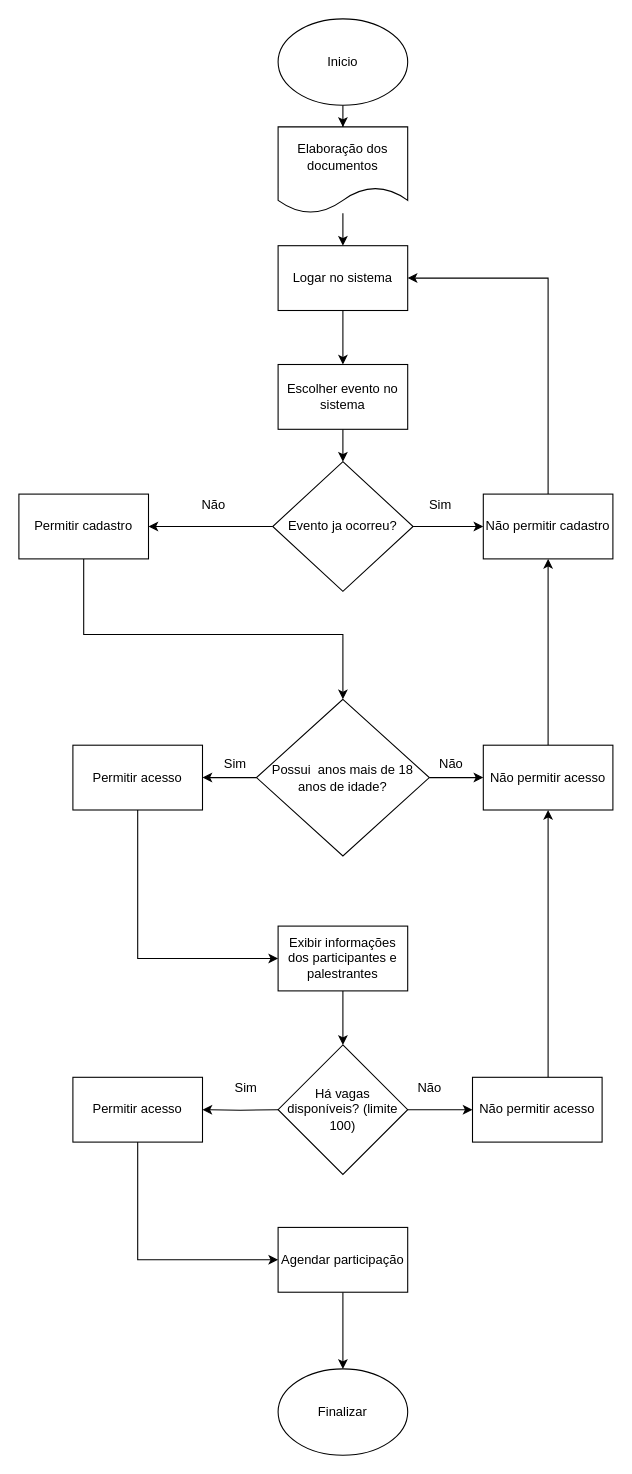
Jullys-Alisson/Senai-Vers-es-colabora-es keeps this draw.io diagram as Untitled Diagram.drawio. Above is the earlier version. Source tidied: cells renumbered, new cells numbered last; positions are measured from the earlier drawing's top-left corner, leaving out a move shared by most shapes. Both pictures are drawn from the tidied source at 108%, with x=0, y=0 at pixel (18, 18).
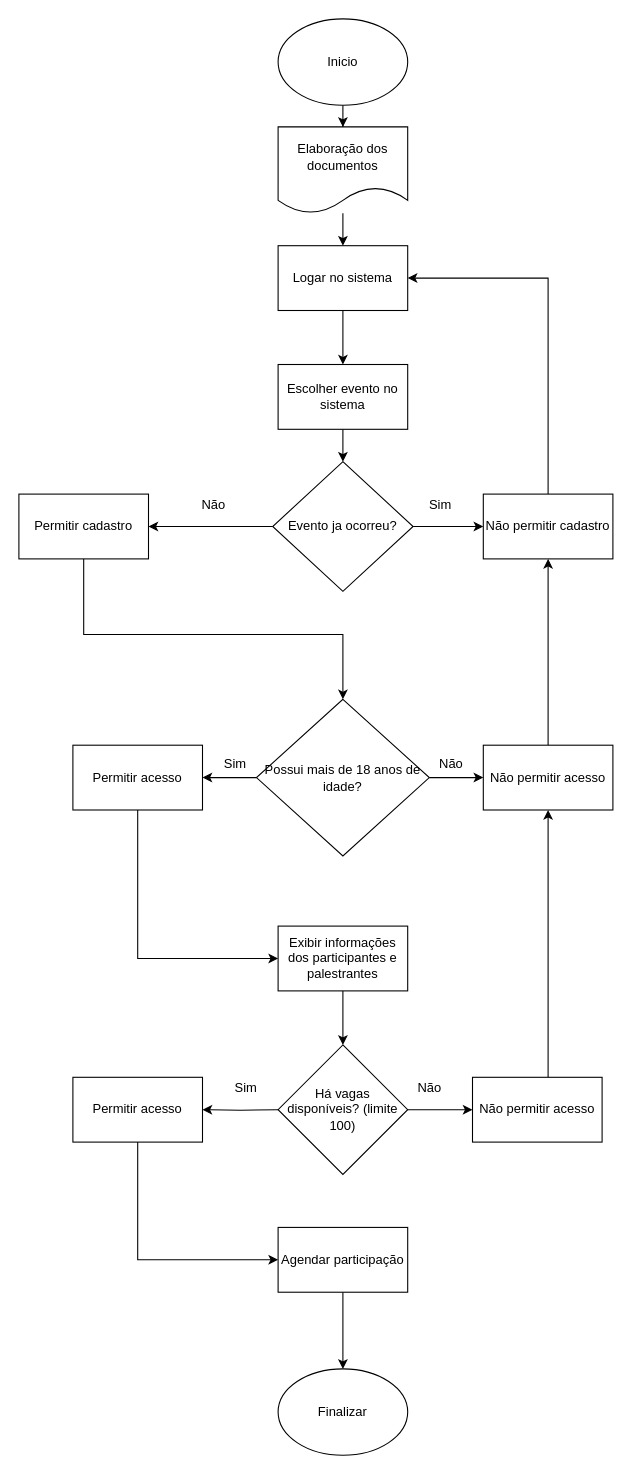
After the change.

Change to the diagram source:
```diff
@@
-    <mxCell id="21" value="Possui&amp;nbsp; anos mais de 18 anos de idade?" style="rhombus;whiteSpace=wrap;html=1;" parent="1" vertex="1">
+    <mxCell id="21" value="Possui mais de 18 anos de idade?" style="rhombus;whiteSpace=wrap;html=1;" parent="1" vertex="1">
       <mxGeometry x="220" y="630" width="160" height="145" as="geometry" />
     </mxCell>
```
